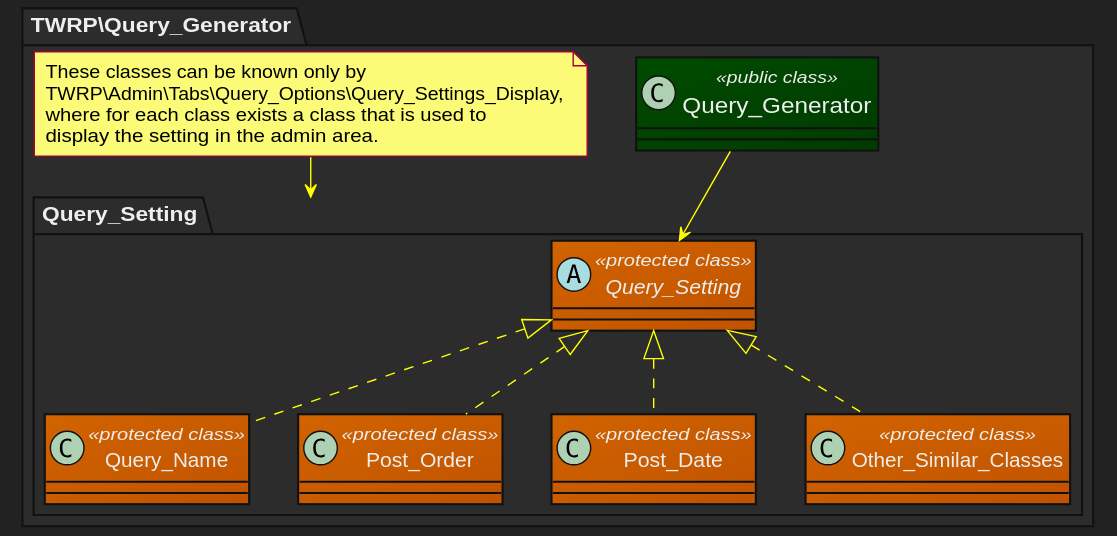
Before: puml/Query_Generator.svg, a diagram exported from PlantUML (9brada6/tabs-with-posts).
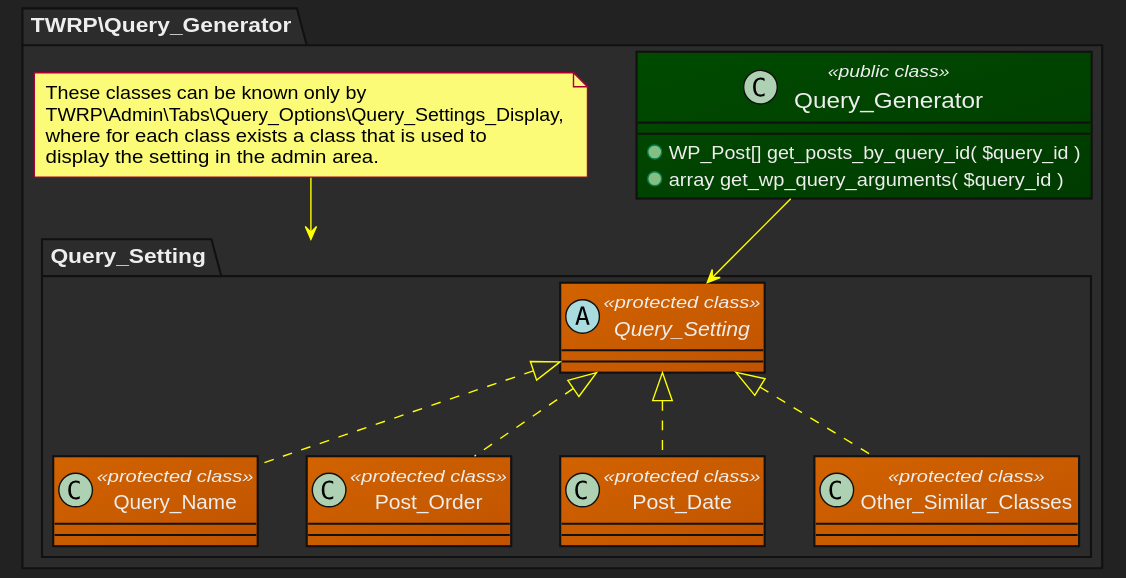
After the commit.

Change to the diagram source:
```diff
@@ -44,7 +44,10 @@
 
 
 namespace TWRP\\Query_Generator {
-	class Query_Generator <<public class>> {}
+	class Query_Generator <<public class>> {
+		+ WP_Post[] get_posts_by_query_id( $query_id )
+		+ array get_wp_query_arguments( $query_id )
+	}
 	namespace Query_Setting {
 		abstract Query_Setting <<protected class>> {}
 
```
